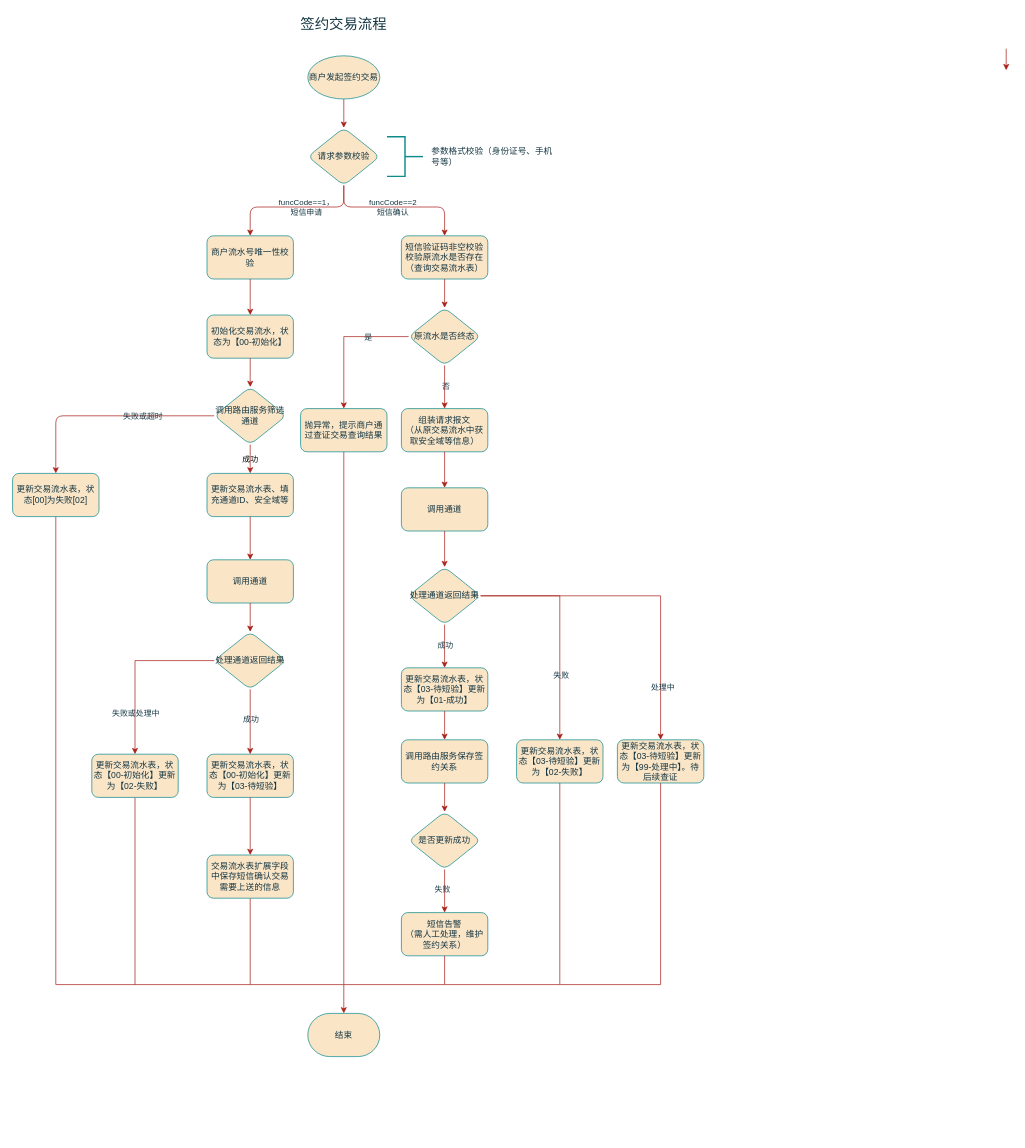
Above: page "签约交易流程" (1 of 10) of 代收服务.drawio in gaofv/draw (draw.io), before the change. Source tidied: cells renumbered, new cells numbered last; positions are measured from the earlier drawing's top-left corner, leaving out a move shared by most shapes. Both pictures are drawn from the tidied source at 72%, with x=0, y=0 at pixel (12, 12).
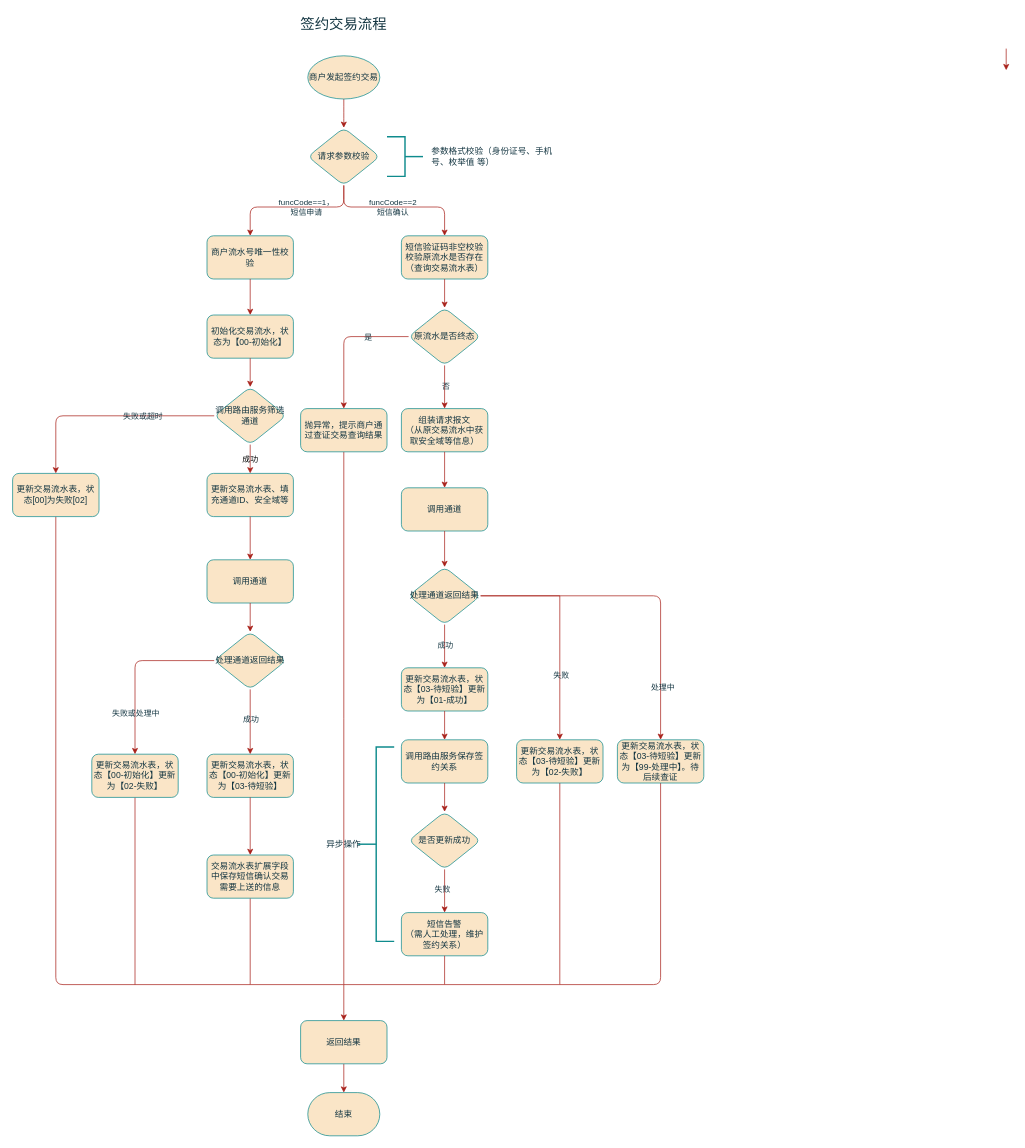
The same page after the edit.

Unchanged cells that the change refers to:
```xml
<mxCell id="15" value="原流水是否终态" style="rhombus;whiteSpace=wrap;html=1;strokeWidth=1;labelBackgroundColor=none;rounded=1;labelBorderColor=none;fillColor=#FAE5C7;strokeColor=#0F8B8D;fontColor=#143642;" parent="1" vertex="1">
  <mxGeometry x="550" y="410" width="100" height="80" as="geometry" />
</mxCell>
<mxCell id="21" value="抛异常，提示商户通过查证交易查询结果" style="whiteSpace=wrap;html=1;fillColor=#FAE5C7;strokeColor=#0F8B8D;fontColor=#143642;strokeWidth=1;labelBackgroundColor=none;rounded=1;labelBorderColor=none;" parent="1" vertex="1">
  <mxGeometry x="400" y="550" width="120" height="60" as="geometry" />
</mxCell>
<mxCell id="29" value="处理通道返回结果" style="rhombus;whiteSpace=wrap;html=1;strokeWidth=1;labelBackgroundColor=none;rounded=1;labelBorderColor=none;fillColor=#FAE5C7;strokeColor=#0F8B8D;fontColor=#143642;" parent="1" vertex="1">
  <mxGeometry x="550" y="770" width="100" height="80" as="geometry" />
</mxCell>
<mxCell id="39" value="短信告警&lt;br&gt;（需人工处理，维护签约关系）" style="whiteSpace=wrap;html=1;fillColor=#FAE5C7;strokeColor=#0F8B8D;fontColor=#143642;strokeWidth=1;labelBackgroundColor=none;rounded=1;labelBorderColor=none;" parent="1" vertex="1">
  <mxGeometry x="540" y="1250" width="120" height="60" as="geometry" />
</mxCell>
<mxCell id="47" value="更新交易流水表，状态[00]为失败[02]" style="whiteSpace=wrap;html=1;strokeWidth=1;labelBackgroundColor=none;rounded=1;labelBorderColor=none;fillColor=#FAE5C7;strokeColor=#0F8B8D;fontColor=#143642;" parent="1" vertex="1">
  <mxGeometry y="640" width="120" height="60" as="geometry" />
</mxCell>
<mxCell id="56" value="处理通道返回结果" style="rhombus;whiteSpace=wrap;html=1;strokeWidth=1;labelBackgroundColor=none;rounded=1;labelBorderColor=none;fillColor=#FAE5C7;strokeColor=#0F8B8D;fontColor=#143642;" parent="1" vertex="1">
  <mxGeometry x="280" y="860" width="100" height="80" as="geometry" />
</mxCell>
<mxCell id="62" value="更新交易流水表，状态【03-待短验】更新为【99-处理中】。待后续查证" style="whiteSpace=wrap;html=1;fillColor=#FAE5C7;strokeColor=#0F8B8D;fontColor=#143642;strokeWidth=1;labelBackgroundColor=none;rounded=1;labelBorderColor=none;" parent="1" vertex="1">
  <mxGeometry x="840" y="1010" width="120" height="60" as="geometry" />
</mxCell>
<mxCell id="66" value="更新交易流水表，状态【00-初始化】更新为【02-失败】" style="whiteSpace=wrap;html=1;fillColor=#FAE5C7;strokeColor=#0F8B8D;fontColor=#143642;strokeWidth=1;labelBackgroundColor=none;rounded=1;labelBorderColor=none;" parent="1" vertex="1">
  <mxGeometry x="110" y="1030" width="120" height="60" as="geometry" />
</mxCell>
```

The edit, as a diff of the source:
```diff
@@
-    <mxCell id="10" value="参数格式校验（身份证号、手机号等）" style="text;html=1;strokeColor=none;fillColor=none;align=left;verticalAlign=middle;whiteSpace=wrap;rounded=0;fontColor=#143642;labelBackgroundColor=none;" parent="1" vertex="1">
+    <mxCell id="10" value="参数格式校验（身份证号、手机号、枚举值 等）" style="text;html=1;strokeColor=none;fillColor=none;align=left;verticalAlign=middle;whiteSpace=wrap;rounded=0;fontColor=#143642;labelBackgroundColor=none;" parent="1" vertex="1">
       <mxGeometry x="580" y="189" width="180" height="22" as="geometry" />
     </mxCell>
@@
-    <mxCell id="22" style="edgeStyle=orthogonalEdgeStyle;rounded=0;jettySize=auto;html=1;labelBackgroundColor=none;strokeColor=#A8201A;fontColor=default;shadow=0;" parent="1" edge="1" source="15" target="21">
+    <mxCell id="22" style="edgeStyle=orthogonalEdgeStyle;rounded=1;jettySize=auto;html=1;labelBackgroundColor=none;strokeColor=#A8201A;fontColor=default;shadow=0;" parent="1" edge="1" source="15" target="21">
       <mxGeometry relative="1" as="geometry" />
     </mxCell>
@@
     <mxCell id="42" value="结束" style="strokeWidth=1;html=1;shape=mxgraph.flowchart.terminator;whiteSpace=wrap;labelBackgroundColor=none;rounded=1;labelBorderColor=none;fillColor=#FAE5C7;strokeColor=#0F8B8D;fontColor=#143642;" parent="1" vertex="1">
-      <mxGeometry x="410" y="1390" width="100" height="60" as="geometry" />
+      <mxGeometry x="410" y="1500" width="100" height="60" as="geometry" />
     </mxCell>
-    <mxCell id="43" style="edgeStyle=orthogonalEdgeStyle;rounded=0;jettySize=auto;html=1;labelBackgroundColor=none;strokeColor=#A8201A;fontColor=default;shadow=0;" parent="1" edge="1" source="39" target="42">
+    <mxCell id="43" style="edgeStyle=orthogonalEdgeStyle;rounded=0;jettySize=auto;html=1;labelBackgroundColor=none;strokeColor=#A8201A;fontColor=default;shadow=0;entryX=0.5;entryY=0;entryDx=0;entryDy=0;" parent="1" edge="1" source="39" target="73">
       <mxGeometry relative="1" as="geometry">
         <Array as="points">
           <mxPoint x="600" y="1350" />
           <mxPoint x="460" y="1350" />
         </Array>
       </mxGeometry>
     </mxCell>
@@
-    <mxCell id="46" style="edgeStyle=orthogonalEdgeStyle;rounded=0;jettySize=auto;html=1;endArrow=none;endFill=0;labelBackgroundColor=none;strokeColor=#A8201A;fontColor=default;shadow=0;" parent="1" edge="1" source="47">
+    <mxCell id="46" style="edgeStyle=orthogonalEdgeStyle;rounded=1;jettySize=auto;html=1;endArrow=none;endFill=0;labelBackgroundColor=none;strokeColor=#A8201A;fontColor=default;shadow=0;" parent="1" edge="1" source="47">
       <mxGeometry relative="1" as="geometry">
         <mxPoint x="170" y="1350" as="targetPoint" />
         <Array as="points">
           <mxPoint x="60" y="1350" />
         </Array>
       </mxGeometry>
     </mxCell>
@@
-    <mxCell id="61" style="edgeStyle=orthogonalEdgeStyle;rounded=0;jettySize=auto;html=1;endArrow=none;endFill=0;labelBackgroundColor=none;strokeColor=#A8201A;fontColor=default;shadow=0;" parent="1" edge="1" source="62">
+    <mxCell id="61" style="edgeStyle=orthogonalEdgeStyle;rounded=1;jettySize=auto;html=1;endArrow=none;endFill=0;labelBackgroundColor=none;strokeColor=#A8201A;fontColor=default;shadow=0;" parent="1" edge="1" source="62">
       <mxGeometry relative="1" as="geometry">
         <mxPoint x="760" y="1350" as="targetPoint" />
         <Array as="points">
           <mxPoint x="900" y="1350" />
         </Array>
       </mxGeometry>
     </mxCell>
@@
-    <mxCell id="63" style="edgeStyle=orthogonalEdgeStyle;rounded=0;jettySize=auto;html=1;labelBackgroundColor=none;strokeColor=#A8201A;fontColor=default;shadow=0;" parent="1" edge="1" source="29" target="62">
+    <mxCell id="63" style="edgeStyle=orthogonalEdgeStyle;rounded=1;jettySize=auto;html=1;labelBackgroundColor=none;strokeColor=#A8201A;fontColor=default;shadow=0;" parent="1" edge="1" source="29" target="62">
       <mxGeometry relative="1" as="geometry" />
     </mxCell>
@@
-    <mxCell id="67" style="edgeStyle=orthogonalEdgeStyle;rounded=0;jettySize=auto;html=1;labelBackgroundColor=none;strokeColor=#A8201A;fontColor=default;shadow=0;" parent="1" edge="1" source="56" target="66">
+    <mxCell id="67" style="edgeStyle=orthogonalEdgeStyle;rounded=1;jettySize=auto;html=1;labelBackgroundColor=none;strokeColor=#A8201A;fontColor=default;shadow=0;" parent="1" edge="1" source="56" target="66">
       <mxGeometry relative="1" as="geometry" />
     </mxCell>
@@
+    <mxCell id="72" style="edgeStyle=orthogonalEdgeStyle;rounded=0;jettySize=auto;html=1;strokeColor=#A8201A;fontColor=#143642;fillColor=#FAE5C7;" parent="1" edge="1" source="73" target="42">
+      <mxGeometry relative="1" as="geometry" />
+    </mxCell>
+    <mxCell id="73" value="返回结果" style="whiteSpace=wrap;html=1;fillColor=#FAE5C7;strokeColor=#0F8B8D;fontColor=#143642;strokeWidth=1;labelBackgroundColor=none;rounded=1;labelBorderColor=none;" parent="1" vertex="1">
+      <mxGeometry x="400" y="1400" width="120" height="60" as="geometry" />
+    </mxCell>
+    <mxCell id="74" style="strokeWidth=2;html=1;shape=mxgraph.flowchart.annotation_2;align=left;labelPosition=right;strokeColor=#0F8B8D;fontColor=#143642;fillColor=#FAE5C7;" parent="1" vertex="1">
+      <mxGeometry x="480" y="1020" width="50" height="270" as="geometry" />
+    </mxCell>
+    <mxCell id="75" value="异步操作" style="text;html=1;strokeColor=none;fillColor=none;align=center;verticalAlign=middle;whiteSpace=wrap;rounded=0;fontColor=#143642;" parent="1" vertex="1">
+      <mxGeometry x="430" y="1140" width="60" height="30" as="geometry" />
+    </mxCell>
```
